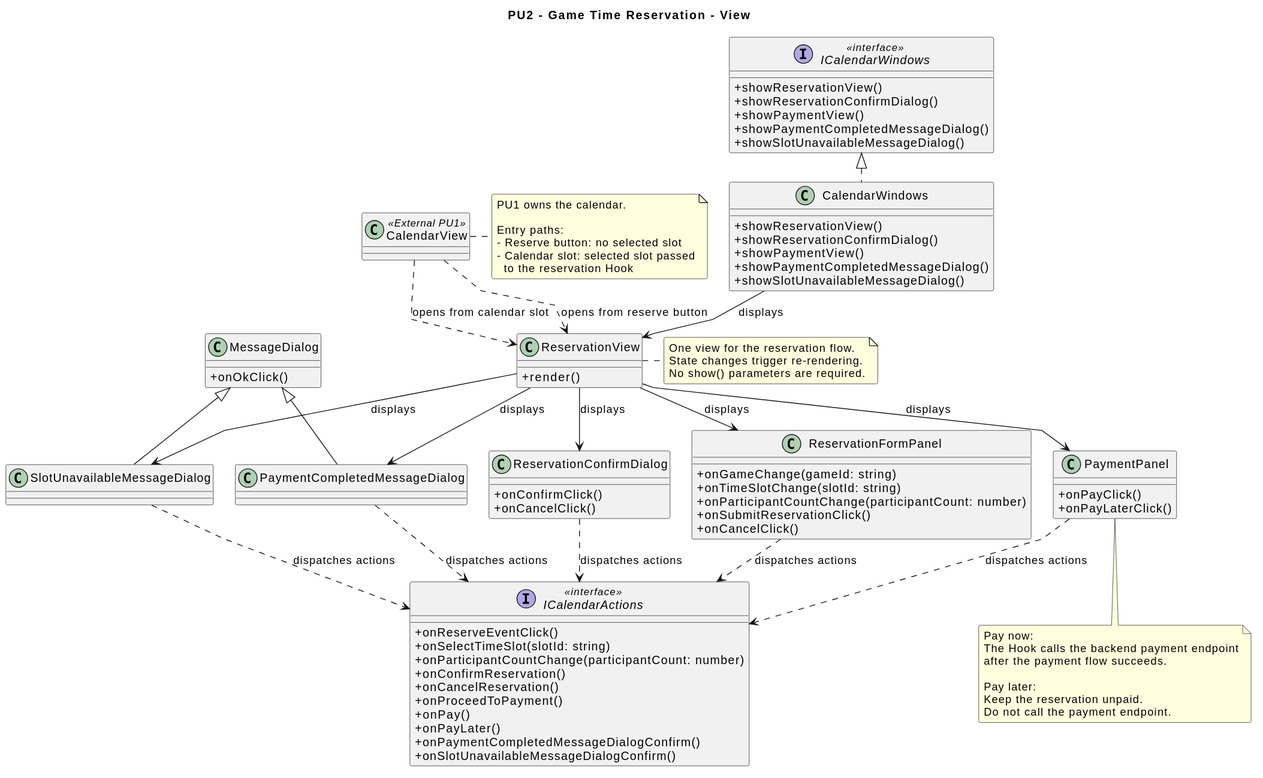
Above: diagrams/frontend/rendered/reservation-view.svg in Igor-Ochocki/POP-2026Z (PlantUML), before the change.
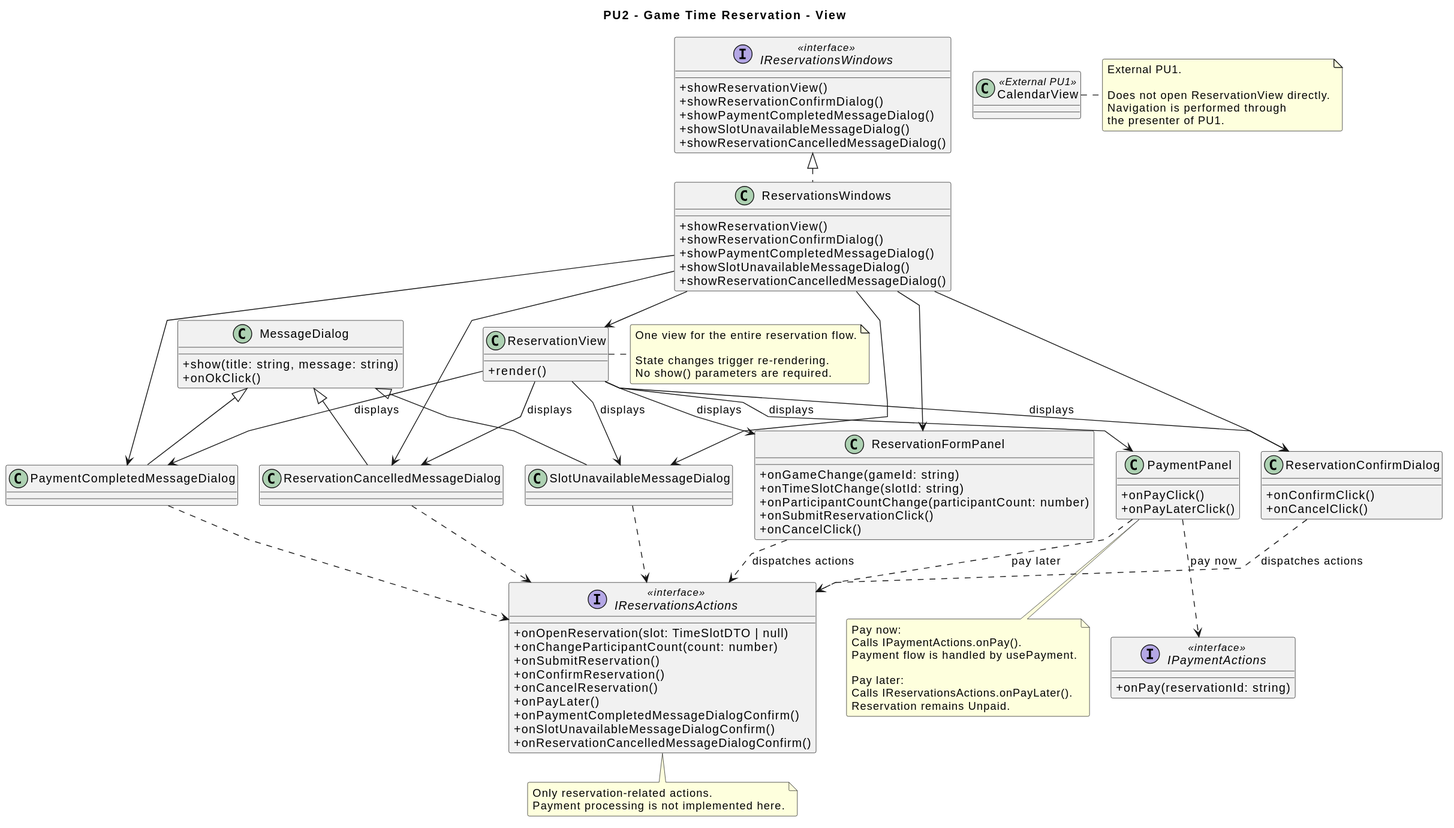
After the change.

Commit message:
Zmiana diagramu

What changed in the source:
```diff
@@ -12,106 +12,124 @@
 class CalendarView <<External PU1>>
 
 class ReservationView {
-    +render()
+    + render()
 }
 
 class ReservationFormPanel {
-    +onGameChange(gameId: string)
-    +onTimeSlotChange(slotId: string)
-    +onParticipantCountChange(participantCount: number)
-    +onSubmitReservationClick()
-    +onCancelClick()
+    + onGameChange(gameId: string)
+    + onTimeSlotChange(slotId: string)
+    + onParticipantCountChange(participantCount: number)
+    + onSubmitReservationClick()
+    + onCancelClick()
 }
 
 class ReservationConfirmDialog {
-    +onConfirmClick()
-    +onCancelClick()
+    + onConfirmClick()
+    + onCancelClick()
 }
 
 class PaymentPanel {
-    +onPayClick()
-    +onPayLaterClick()
+    + onPayClick()
+    + onPayLaterClick()
 }
 
 class MessageDialog {
-    +onOkClick()
+    + show(title: string, message: string)
+    + onOkClick()
 }
 
 class PaymentCompletedMessageDialog
 class SlotUnavailableMessageDialog
+class ReservationCancelledMessageDialog
 
 PaymentCompletedMessageDialog -u-|> MessageDialog
 SlotUnavailableMessageDialog -u-|> MessageDialog
+ReservationCancelledMessageDialog -u-|> MessageDialog
 
-interface ICalendarActions <<interface>> {
-    +onReserveEventClick()
-    +onSelectTimeSlot(slotId: string)
-    +onParticipantCountChange(participantCount: number)
-    +onConfirmReservation()
-    +onCancelReservation()
-    +onProceedToPayment()
-    +onPay()
-    +onPayLater()
-    +onPaymentCompletedMessageDialogConfirm()
-    +onSlotUnavailableMessageDialogConfirm()
+interface IReservationsActions <<interface>> {
+    + onOpenReservation(slot: TimeSlotDTO | null)
+    + onChangeParticipantCount(count: number)
+    + onSubmitReservation()
+    + onConfirmReservation()
+    + onCancelReservation()
+    + onPayLater()
+    + onPaymentCompletedMessageDialogConfirm()
+    + onSlotUnavailableMessageDialogConfirm()
+    + onReservationCancelledMessageDialogConfirm()
 }
 
-interface ICalendarWindows <<interface>> {
-    +showReservationView()
-    +showReservationConfirmDialog()
-    +showPaymentView()
-    +showPaymentCompletedMessageDialog()
-    +showSlotUnavailableMessageDialog()
+interface IPaymentActions <<interface>> {
+    + onPay(reservationId: string)
 }
 
-class CalendarWindows {
-    +showReservationView()
-    +showReservationConfirmDialog()
-    +showPaymentView()
-    +showPaymentCompletedMessageDialog()
-    +showSlotUnavailableMessageDialog()
+interface IReservationsWindows <<interface>> {
+    + showReservationView()
+    + showReservationConfirmDialog()
+    + showPaymentCompletedMessageDialog()
+    + showSlotUnavailableMessageDialog()
+    + showReservationCancelledMessageDialog()
 }
 
-CalendarWindows .u.|> ICalendarWindows
-CalendarWindows --> ReservationView : displays
+class ReservationsWindows {
+    + showReservationView()
+    + showReservationConfirmDialog()
+    + showPaymentCompletedMessageDialog()
+    + showSlotUnavailableMessageDialog()
+    + showReservationCancelledMessageDialog()
+}
 
-CalendarView ..> ReservationView : opens from reserve button
-CalendarView ..> ReservationView : opens from calendar slot
+ReservationsWindows .u.|> IReservationsWindows
 
 ReservationView --> ReservationFormPanel : displays
 ReservationView --> ReservationConfirmDialog : displays
 ReservationView --> PaymentPanel : displays
 ReservationView --> PaymentCompletedMessageDialog : displays
 ReservationView --> SlotUnavailableMessageDialog : displays
+ReservationView --> ReservationCancelledMessageDialog : displays
 
-ReservationFormPanel ..> ICalendarActions : dispatches actions
-ReservationConfirmDialog ..> ICalendarActions : dispatches actions
-PaymentPanel ..> ICalendarActions : dispatches actions
-PaymentCompletedMessageDialog ..> ICalendarActions : dispatches actions
-SlotUnavailableMessageDialog ..> ICalendarActions : dispatches actions
+ReservationFormPanel ..> IReservationsActions : dispatches actions
+ReservationConfirmDialog ..> IReservationsActions : dispatches actions
+PaymentPanel ..> IReservationsActions : pay later
+PaymentPanel ..> IPaymentActions : pay now
+
+PaymentCompletedMessageDialog ..> IReservationsActions
+SlotUnavailableMessageDialog ..> IReservationsActions
+ReservationCancelledMessageDialog ..> IReservationsActions
+
+ReservationsWindows --> ReservationView
+ReservationsWindows --> ReservationFormPanel
+ReservationsWindows --> ReservationConfirmDialog
+ReservationsWindows --> PaymentCompletedMessageDialog
+ReservationsWindows --> SlotUnavailableMessageDialog
+ReservationsWindows --> ReservationCancelledMessageDialog
+
+note right of CalendarView
+    External PU1.
+
+    Does not open ReservationView directly.
+    Navigation is performed through
+    the presenter of PU1.
+end note
 
 note right of ReservationView
-    One view for the reservation flow.
+    One view for the entire reservation flow.
+
     State changes trigger re-rendering.
     No show() parameters are required.
 end note
 
-note right of CalendarView
-    PU1 owns the calendar.
+note bottom of PaymentPanel
+    Pay now:
+    Calls IPaymentActions.onPay().
+    Payment flow is handled by usePayment.
 
-    Entry paths:
-    - Reserve button: no selected slot
-    - Calendar slot: selected slot passed
-      to the reservation Hook
+    Pay later:
+    Calls IReservationsActions.onPayLater().
+    Reservation remains Unpaid.
 end note
 
-note bottom of PaymentPanel
-    Pay now:
-    The Hook calls the backend payment endpoint
-    after the payment flow succeeds.
-
-    Pay later:
-    Keep the reservation unpaid.
-    Do not call the payment endpoint.
+note bottom of IReservationsActions
+    Only reservation-related actions.
+    Payment processing is not implemented here.
 end note
 @enduml
```
